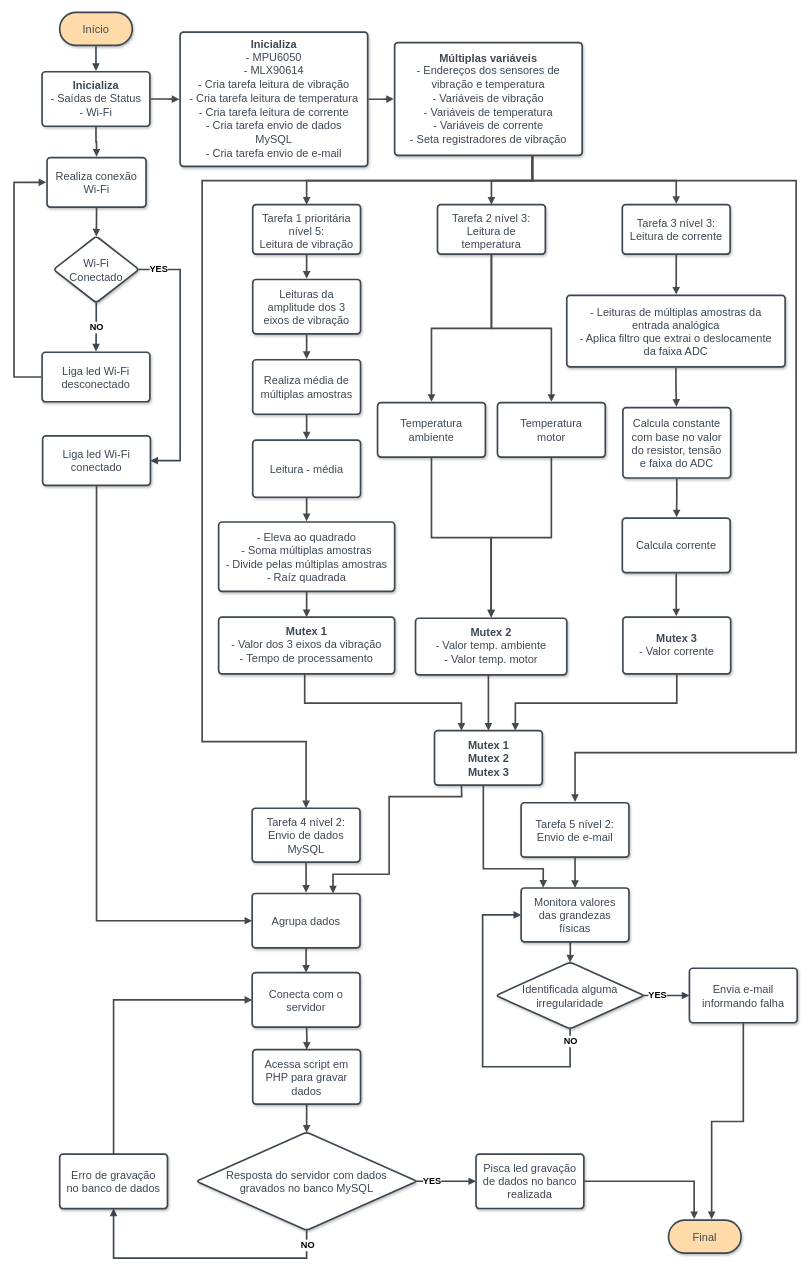
Above: FluxogramaProgESP32_TCC2.drawio in fpaloschi/Fluxograma (draw.io), before the change. Source tidied: cells renumbered, new cells numbered last; positions are measured from the earlier drawing's top-left corner, leaving out a move shared by most shapes. Both pictures are drawn from the tidied source at 55%, with x=0, y=0 at pixel (14, 12).
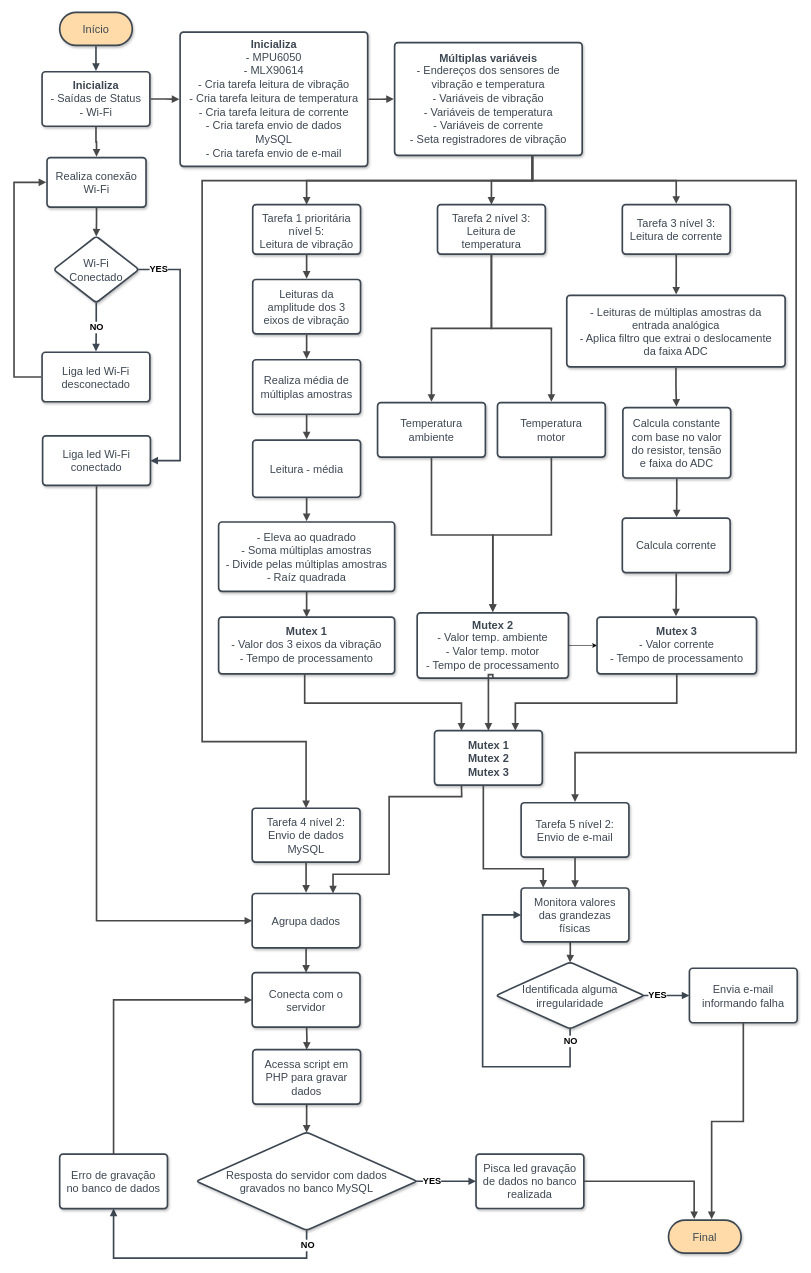
The same diagram, later.

The edit, as a diff of the source:
```diff
@@
+    <mxCell id="89" style="edgeStyle=orthogonalEdgeStyle;rounded=0;jettySize=auto;html=1;" parent="1" edge="1" source="35" target="48">
+      <mxGeometry relative="1" as="geometry" />
+    </mxCell>
-    <mxCell id="35" value="&lt;div style=&quot;display: flex; justify-content: center; text-align: center; align-items: baseline; font-size: 0; line-height: 1.25;margin-top: -2px;&quot;&gt;&lt;span&gt;&lt;span style=&quot;font-size:20px;color:#3d4752;font-weight: bold;font-family: Helvetica;&quot;&gt;Mutex 2&lt;/span&gt;&lt;span style=&quot;font-size:20px;color:#3d4752;font-family: Helvetica;&quot;&gt;&lt;br&gt;&lt;/span&gt;&lt;/span&gt;&lt;/div&gt;&lt;div style=&quot;display: flex; justify-content: center; text-align: center; align-items: baseline; font-size: 0; line-height: 1.25;margin-top: -2px;&quot;&gt;&lt;span&gt;&lt;span style=&quot;font-size:20px;color:#3d4752;font-family: Helvetica;&quot;&gt; -  Valor temp. ambiente&lt;br&gt;- Valor temp. motor&lt;/span&gt;&lt;/span&gt;&lt;/div&gt;" style="html=1;overflow=block;blockSpacing=1;whiteSpace=wrap;fontSize=13;fontFamily=Helvetica;spacing=11.3;strokeColor=#3d4752;strokeOpacity=100;fillOpacity=100;rounded=1;absoluteArcSize=1;arcSize=12;shadow=1;fillColor=#ffffff;strokeWidth=3;lucidId=1POj_GI9XOov;" parent="1" vertex="1">
-      <mxGeometry x="730" y="1101.6" width="275" height="103" as="geometry" />
+    <mxCell id="35" value="&lt;div style=&quot;display: flex; justify-content: center; text-align: center; align-items: baseline; font-size: 0; line-height: 1.25;margin-top: -2px;&quot;&gt;&lt;span&gt;&lt;span style=&quot;font-size:20px;color:#3d4752;font-weight: bold;font-family: Helvetica;&quot;&gt;Mutex 2&lt;/span&gt;&lt;span style=&quot;font-size:20px;color:#3d4752;font-family: Helvetica;&quot;&gt;&lt;br&gt;&lt;/span&gt;&lt;/span&gt;&lt;/div&gt;&lt;div style=&quot;display: flex; justify-content: center; text-align: center; align-items: baseline; font-size: 0; line-height: 1.25;margin-top: -2px;&quot;&gt;&lt;span&gt;&lt;span style=&quot;font-size:20px;color:#3d4752;font-family: Helvetica;&quot;&gt; -  Valor temp. ambiente&lt;br&gt;- Valor temp. motor&lt;br&gt;- Tempo de processamento&lt;/span&gt;&lt;/span&gt;&lt;/div&gt;" style="html=1;overflow=block;blockSpacing=1;whiteSpace=wrap;fontSize=13;fontFamily=Helvetica;spacing=11.3;strokeColor=#3d4752;strokeOpacity=100;fillOpacity=100;rounded=1;absoluteArcSize=1;arcSize=12;shadow=1;fillColor=#ffffff;strokeWidth=3;lucidId=1POj_GI9XOov;" parent="1" vertex="1">
+      <mxGeometry x="733" y="1091.8" width="275" height="118.6" as="geometry" />
     </mxCell>
@@
-    <mxCell id="48" value="&lt;div style=&quot;display: flex; justify-content: center; text-align: center; align-items: baseline; font-size: 0; line-height: 1.25;margin-top: -2px;&quot;&gt;&lt;span&gt;&lt;span style=&quot;font-size:20px;color:#3d4752;font-weight: bold;font-family: Helvetica;&quot;&gt;Mutex 3&lt;/span&gt;&lt;span style=&quot;font-size:20px;color:#3d4752;font-family: Helvetica;&quot;&gt;&lt;br&gt;&lt;/span&gt;&lt;/span&gt;&lt;/div&gt;&lt;div style=&quot;display: flex; justify-content: center; text-align: center; align-items: baseline; font-size: 0; line-height: 1.25;margin-top: -2px;&quot;&gt;&lt;span&gt;&lt;span style=&quot;font-size:20px;color:#3d4752;font-family: Helvetica;&quot;&gt; - Valor corrente&lt;/span&gt;&lt;/span&gt;&lt;/div&gt;" style="html=1;overflow=block;blockSpacing=1;whiteSpace=wrap;fontSize=13;fontFamily=Helvetica;spacing=11.3;strokeColor=#3d4752;strokeOpacity=100;fillOpacity=100;rounded=1;absoluteArcSize=1;arcSize=12;shadow=1;fillColor=#ffffff;strokeWidth=3;lucidId=.4OjOE916lod;" parent="1" vertex="1">
-      <mxGeometry x="1107" y="1099.6" width="196" height="103" as="geometry" />
+    <mxCell id="48" value="&lt;div style=&quot;display: flex; justify-content: center; text-align: center; align-items: baseline; font-size: 0; line-height: 1.25;margin-top: -2px;&quot;&gt;&lt;span&gt;&lt;span style=&quot;font-size:20px;color:#3d4752;font-weight: bold;font-family: Helvetica;&quot;&gt;Mutex 3&lt;/span&gt;&lt;span style=&quot;font-size:20px;color:#3d4752;font-family: Helvetica;&quot;&gt;&lt;br&gt;&lt;/span&gt;&lt;/span&gt;&lt;/div&gt;&lt;div style=&quot;display: flex; justify-content: center; text-align: center; align-items: baseline; font-size: 0; line-height: 1.25;margin-top: -2px;&quot;&gt;&lt;span&gt;&lt;span style=&quot;font-size:20px;color:#3d4752;font-family: Helvetica;&quot;&gt; - Valor corrente&lt;br&gt;- Tempo de processamento&lt;/span&gt;&lt;/span&gt;&lt;/div&gt;" style="html=1;overflow=block;blockSpacing=1;whiteSpace=wrap;fontSize=13;fontFamily=Helvetica;spacing=11.3;strokeColor=#3d4752;strokeOpacity=100;fillOpacity=100;rounded=1;absoluteArcSize=1;arcSize=12;shadow=1;fillColor=#ffffff;strokeWidth=3;lucidId=.4OjOE916lod;" parent="1" vertex="1">
+      <mxGeometry x="1060" y="1099.6" width="290" height="103" as="geometry" />
     </mxCell>
```
